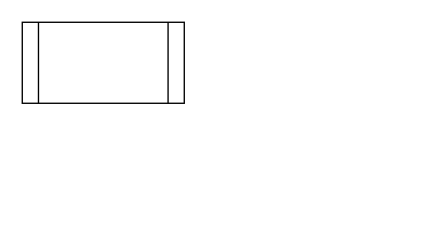
Before: NHPS_Facility_Workflow.drawio in DWieberdink/NHPS, a draw.io diagram. Source tidied: cells renumbered, new cells numbered last; positions are measured from the earlier drawing's top-left corner, leaving out a move shared by most shapes. Both pictures are drawn from the tidied source at 135%, with x=0, y=0 at pixel (22, 22).
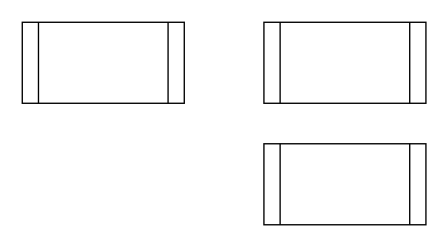
Above is the later version.

Change to the diagram source:
```diff
@@
 <mxGraphModel>
   <root>
     <mxCell id="0" />
     <mxCell id="1" parent="0" />
     <mxCell id="2" style="shape=process;whiteSpace=wrap;html=1;backgroundOutline=1;" parent="1" vertex="1">
       <mxGeometry width="120" height="60" as="geometry" />
     </mxCell>
+    <mxCell id="3" style="shape=process;whiteSpace=wrap;html=1;backgroundOutline=1;" parent="1" vertex="1">
+      <mxGeometry x="179" width="120" height="60" as="geometry" />
+    </mxCell>
+    <mxCell id="4" style="shape=process;whiteSpace=wrap;html=1;backgroundOutline=1;" parent="1" vertex="1">
+      <mxGeometry x="179" y="90" width="120" height="60" as="geometry" />
+    </mxCell>
   </root>
 </mxGraphModel>
```
